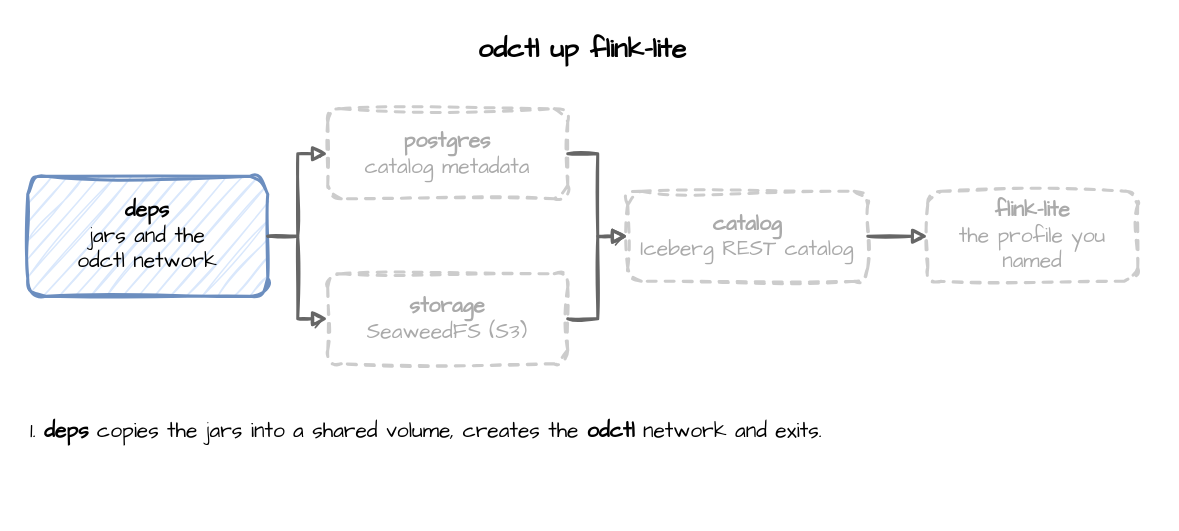
Above: page "Step 1" (1 of 4) of docs/images/odctl-up.drawio in jaehyeon-kim/odctl (draw.io), before the change. Source tidied: cells renumbered, new cells numbered last; positions are measured from the earlier drawing's top-left corner, leaving out a move shared by most shapes. Both pictures are drawn from the tidied source at 150%, with x=0, y=0 at pixel (27, 26).
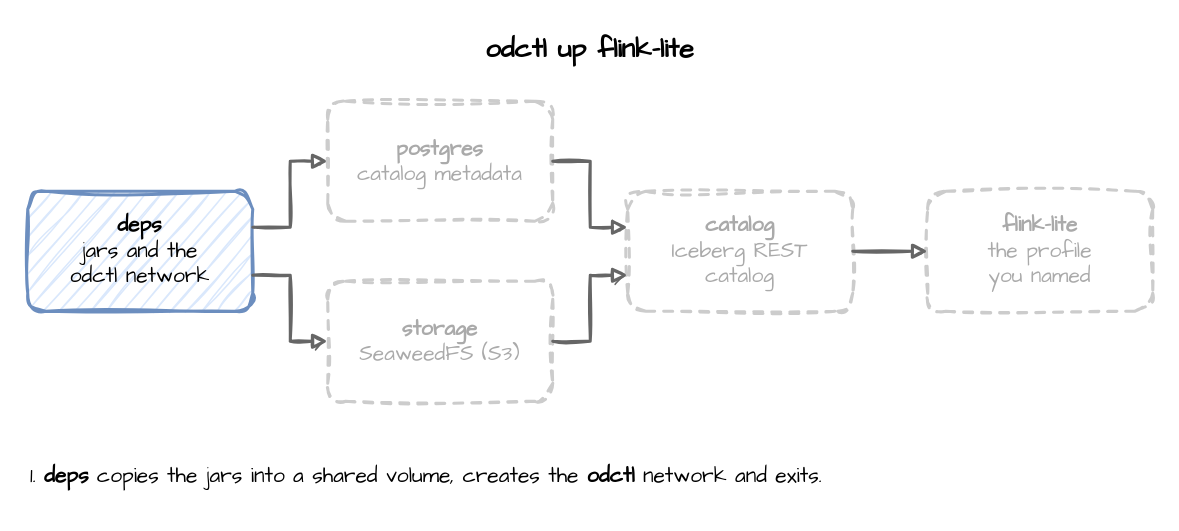
The same diagram, later.

The edit, as a diff of the source:
```diff
@@
 <mxGraphModel>
   <root>
     <mxCell id="0" />
     <mxCell id="1" parent="0" />
     <mxCell id="2" value="odctl up flink-lite" style="text;html=1;align=center;verticalAlign=middle;whiteSpace=wrap;fontFamily=Comic Sans MS;fontSize=18;fontStyle=1;" parent="1" vertex="1">
-      <mxGeometry width="740" height="30" as="geometry" />
+      <mxGeometry width="750" height="30" as="geometry" />
     </mxCell>
     <mxCell id="3" value="&lt;b&gt;deps&lt;/b&gt;&lt;br&gt;jars and the&lt;br&gt;odctl network" style="rounded=1;whiteSpace=wrap;html=1;sketch=1;curveFitting=1;jiggle=2;fontFamily=Comic Sans MS;fontSize=14;strokeWidth=2;fillColor=#dae8fc;strokeColor=#6c8ebf;" parent="1" vertex="1">
-      <mxGeometry y="100" width="160" height="80" as="geometry" />
+      <mxGeometry y="110" width="150" height="80" as="geometry" />
     </mxCell>
     <mxCell id="4" value="&lt;b&gt;postgres&lt;/b&gt;&lt;br&gt;catalog metadata" style="rounded=1;whiteSpace=wrap;html=1;sketch=1;curveFitting=1;jiggle=2;fontFamily=Comic Sans MS;fontSize=14;strokeWidth=2;fillColor=#ffffff;strokeColor=#cccccc;fontColor=#aaaaaa;dashed=1;" parent="1" vertex="1">
-      <mxGeometry x="200" y="55" width="160" height="60" as="geometry" />
+      <mxGeometry x="200" y="50" width="150" height="80" as="geometry" />
     </mxCell>
     <mxCell id="5" value="&lt;b&gt;storage&lt;/b&gt;&lt;br&gt;SeaweedFS (S3)" style="rounded=1;whiteSpace=wrap;html=1;sketch=1;curveFitting=1;jiggle=2;fontFamily=Comic Sans MS;fontSize=14;strokeWidth=2;fillColor=#ffffff;strokeColor=#cccccc;fontColor=#aaaaaa;dashed=1;" parent="1" vertex="1">
-      <mxGeometry x="200" y="165" width="160" height="60" as="geometry" />
+      <mxGeometry x="200" y="170" width="150" height="80" as="geometry" />
     </mxCell>
-    <mxCell id="6" value="&lt;b&gt;catalog&lt;/b&gt;&lt;br&gt;Iceberg REST catalog" style="rounded=1;whiteSpace=wrap;html=1;sketch=1;curveFitting=1;jiggle=2;fontFamily=Comic Sans MS;fontSize=14;strokeWidth=2;fillColor=#ffffff;strokeColor=#cccccc;fontColor=#aaaaaa;dashed=1;" parent="1" vertex="1">
-      <mxGeometry x="400" y="110" width="160" height="60" as="geometry" />
+    <mxCell id="6" value="&lt;b&gt;catalog&lt;/b&gt;&lt;br&gt;Iceberg REST&lt;br&gt;catalog" style="rounded=1;whiteSpace=wrap;html=1;sketch=1;curveFitting=1;jiggle=2;fontFamily=Comic Sans MS;fontSize=14;strokeWidth=2;fillColor=#ffffff;strokeColor=#cccccc;fontColor=#aaaaaa;dashed=1;" parent="1" vertex="1">
+      <mxGeometry x="400" y="110" width="150" height="80" as="geometry" />
     </mxCell>
-    <mxCell id="7" value="&lt;b&gt;flink-lite&lt;/b&gt;&lt;br&gt;the profile you named" style="rounded=1;whiteSpace=wrap;html=1;sketch=1;curveFitting=1;jiggle=2;fontFamily=Comic Sans MS;fontSize=14;strokeWidth=2;fillColor=#ffffff;strokeColor=#cccccc;fontColor=#aaaaaa;dashed=1;" parent="1" vertex="1">
-      <mxGeometry x="600" y="110" width="140" height="60" as="geometry" />
+    <mxCell id="7" value="&lt;b&gt;flink-lite&lt;/b&gt;&lt;br&gt;the profile&lt;br&gt;you named" style="rounded=1;whiteSpace=wrap;html=1;sketch=1;curveFitting=1;jiggle=2;fontFamily=Comic Sans MS;fontSize=14;strokeWidth=2;fillColor=#ffffff;strokeColor=#cccccc;fontColor=#aaaaaa;dashed=1;" parent="1" vertex="1">
+      <mxGeometry x="600" y="110" width="150" height="80" as="geometry" />
     </mxCell>
-    <mxCell id="8" style="edgeStyle=orthogonalEdgeStyle;rounded=0;sketch=1;html=1;endArrow=block;fontFamily=Comic Sans MS;fontSize=13;labelBackgroundColor=#ffffff;strokeWidth=2;strokeColor=#666666;" parent="1" edge="1" source="3" target="4">
+    <mxCell id="8" style="edgeStyle=orthogonalEdgeStyle;rounded=0;sketch=1;html=1;endArrow=block;fontFamily=Comic Sans MS;fontSize=13;labelBackgroundColor=#ffffff;strokeWidth=2;strokeColor=#666666;exitX=1;exitY=0.3;exitDx=0;exitDy=0;entryX=0;entryY=0.5;entryDx=0;entryDy=0;" parent="1" edge="1" source="3" target="4">
       <mxGeometry relative="1" as="geometry" />
     </mxCell>
-    <mxCell id="9" style="edgeStyle=orthogonalEdgeStyle;rounded=0;sketch=1;html=1;endArrow=block;fontFamily=Comic Sans MS;fontSize=13;labelBackgroundColor=#ffffff;strokeWidth=2;strokeColor=#666666;" parent="1" edge="1" source="3" target="5">
+    <mxCell id="9" style="edgeStyle=orthogonalEdgeStyle;rounded=0;sketch=1;html=1;endArrow=block;fontFamily=Comic Sans MS;fontSize=13;labelBackgroundColor=#ffffff;strokeWidth=2;strokeColor=#666666;exitX=1;exitY=0.7;exitDx=0;exitDy=0;entryX=0;entryY=0.5;entryDx=0;entryDy=0;" parent="1" edge="1" source="3" target="5">
       <mxGeometry relative="1" as="geometry" />
     </mxCell>
-    <mxCell id="10" style="edgeStyle=orthogonalEdgeStyle;rounded=0;sketch=1;html=1;endArrow=block;fontFamily=Comic Sans MS;fontSize=13;labelBackgroundColor=#ffffff;strokeWidth=2;strokeColor=#666666;" parent="1" edge="1" source="4" target="6">
+    <mxCell id="10" style="edgeStyle=orthogonalEdgeStyle;rounded=0;sketch=1;html=1;endArrow=block;fontFamily=Comic Sans MS;fontSize=13;labelBackgroundColor=#ffffff;strokeWidth=2;strokeColor=#666666;exitX=1;exitY=0.5;exitDx=0;exitDy=0;entryX=0;entryY=0.3;entryDx=0;entryDy=0;" parent="1" edge="1" source="4" target="6">
       <mxGeometry relative="1" as="geometry" />
     </mxCell>
-    <mxCell id="11" style="edgeStyle=orthogonalEdgeStyle;rounded=0;sketch=1;html=1;endArrow=block;fontFamily=Comic Sans MS;fontSize=13;labelBackgroundColor=#ffffff;strokeWidth=2;strokeColor=#666666;" parent="1" edge="1" source="5" target="6">
+    <mxCell id="11" style="edgeStyle=orthogonalEdgeStyle;rounded=0;sketch=1;html=1;endArrow=block;fontFamily=Comic Sans MS;fontSize=13;labelBackgroundColor=#ffffff;strokeWidth=2;strokeColor=#666666;exitX=1;exitY=0.5;exitDx=0;exitDy=0;entryX=0;entryY=0.7;entryDx=0;entryDy=0;" parent="1" edge="1" source="5" target="6">
       <mxGeometry relative="1" as="geometry" />
     </mxCell>
     <mxCell id="12" style="edgeStyle=orthogonalEdgeStyle;rounded=0;sketch=1;html=1;endArrow=block;fontFamily=Comic Sans MS;fontSize=13;labelBackgroundColor=#ffffff;strokeWidth=2;strokeColor=#666666;" parent="1" edge="1" source="6" target="7">
       <mxGeometry relative="1" as="geometry" />
     </mxCell>
     <mxCell id="13" value="1. &lt;b&gt;deps&lt;/b&gt; copies the jars into a shared volume, creates the &lt;b&gt;odctl&lt;/b&gt; network and exits." style="text;html=1;align=left;verticalAlign=middle;whiteSpace=wrap;fontFamily=Comic Sans MS;fontSize=14;" parent="1" vertex="1">
-      <mxGeometry y="250" width="740" height="40" as="geometry" />
+      <mxGeometry y="280" width="750" height="40" as="geometry" />
     </mxCell>
   </root>
 </mxGraphModel>
```
